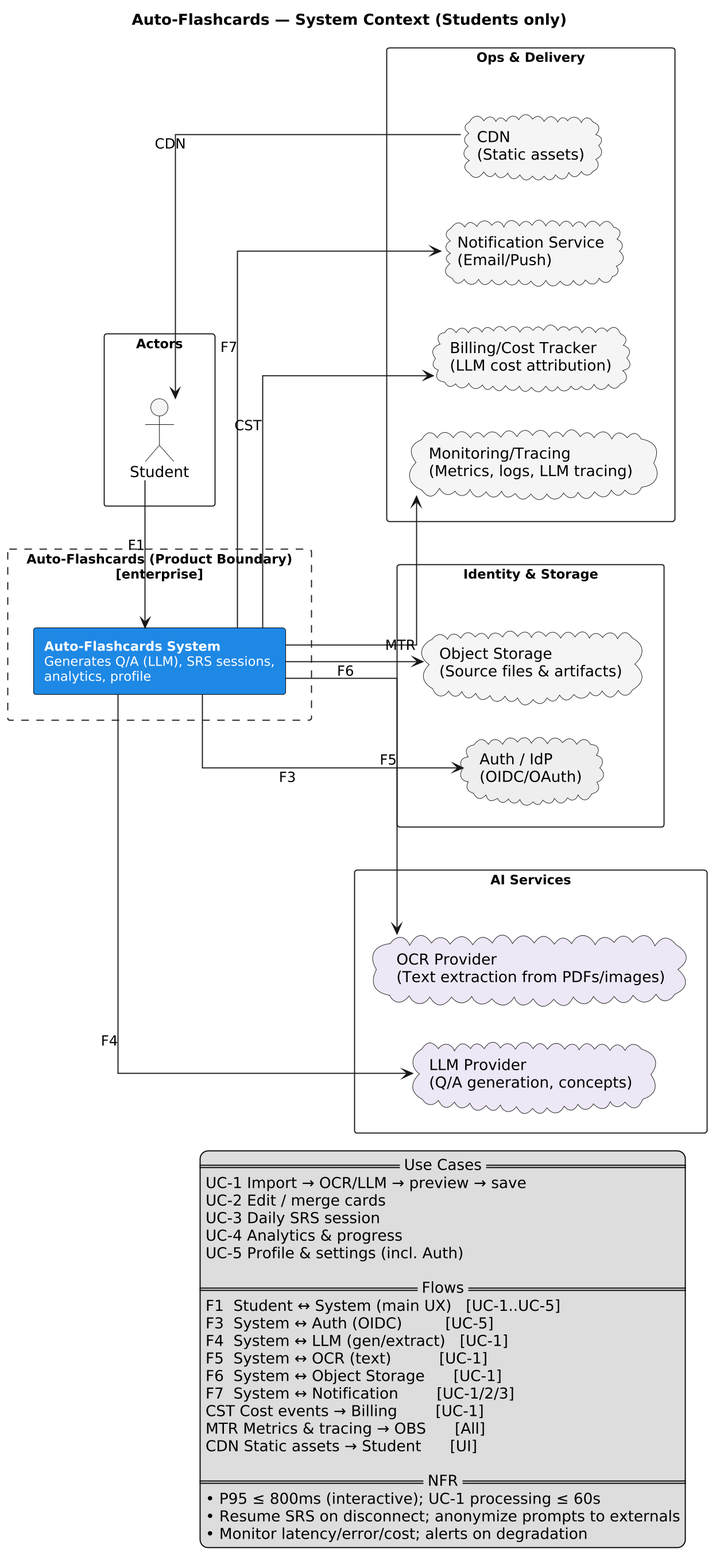
This is docs/architecture/img/context.png from vstu-sii/bachelor-2025-team-codex, a PlantUML export, as it was before one commit. The source it was exported from:
```plantuml
@startuml
skinparam shadowing false
skinparam linetype ortho
skinparam ArrowThickness 1
skinparam dpi 180
skinparam rectangleFontSize 12
skinparam rectangleStereotypeFontSize 11
skinparam packageStyle rectangle
title Auto-Flashcards — System Context (Students only)

left to right direction
rectangle "Actors" as ACTORS #FFFFFF {
  actor "Student" as STUDENT
}

rectangle "<b>Auto-Flashcards (Product Boundary)</b>\n[enterprise]" as PROD #FFFFFF;line.dashed {
  rectangle "<b>Auto-Flashcards System</b>\nGenerates Q/A (LLM), SRS sessions,\nanalytics, profile" as AF #1E88E5;line:black;text:white
}

package "Identity & Storage" as ID_STORE {
  cloud "Auth / IdP\n(OIDC/OAuth)" as AUTH #EEEEEE
  cloud "Object Storage\n(Source files & artifacts)" as STORE #F5F5F5
}
package "AI Services" as AI_SVCS {
  cloud "LLM Provider\n(Q/A generation, concepts)" as LLM #EDE7F6
  cloud "OCR Provider\n(Text extraction from PDFs/images)" as OCR #EDE7F6
}
package "Ops & Delivery" as OPS {
  cloud "Notification Service\n(Email/Push)" as NOTIFY #F5F5F5
  cloud "Monitoring/Tracing\n(Metrics, logs, LLM tracing)" as OBS #F5F5F5
  cloud "Billing/Cost Tracker\n(LLM cost attribution)" as BILL #F5F5F5
  cloud "CDN\n(Static assets)" as CDN #F5F5F5
}

ACTORS  -[hidden]> PROD
PROD    -[hidden]> ID_STORE
ID_STORE -[hidden]> AI_SVCS
AI_SVCS -[hidden]> OPS
AUTH    -[hidden]> STORE
LLM     -[hidden]> OCR
NOTIFY  -[hidden]> OBS
OBS     -[hidden]> BILL
BILL    -[hidden]> CDN

STUDENT --> AF    : F1
AF --> AUTH       : F3
AF --> LLM        : F4
AF --> OCR        : F5
AF --> STORE      : F6
AF --> NOTIFY     : F7
AF --> OBS        : MTR
AF --> BILL       : CST
CDN --> STUDENT   : CDN

legend right
== Use Cases ==
UC-1 Import → OCR/LLM → preview → save
UC-2 Edit / merge cards
UC-3 Daily SRS session
UC-4 Analytics & progress
UC-5 Profile & settings (incl. Auth)

== Flows ==
F1  Student ↔ System (main UX)   [UC-1..UC-5]
F3  System ↔ Auth (OIDC)         [UC-5]
F4  System ↔ LLM (gen/extract)   [UC-1]
F5  System ↔ OCR (text)          [UC-1]
F6  System ↔ Object Storage      [UC-1]
F7  System ↔ Notification        [UC-1/2/3]
CST Cost events → Billing        [UC-1]
MTR Metrics & tracing → OBS      [All]
CDN Static assets → Student      [UI]

== NFR ==
• P95 ≤ 800ms (interactive); UC-1 processing ≤ 60s
• Resume SRS on disconnect; anonymize prompts to externals
• Monitor latency/error/cost; alerts on degradation
endlegend
@enduml
```
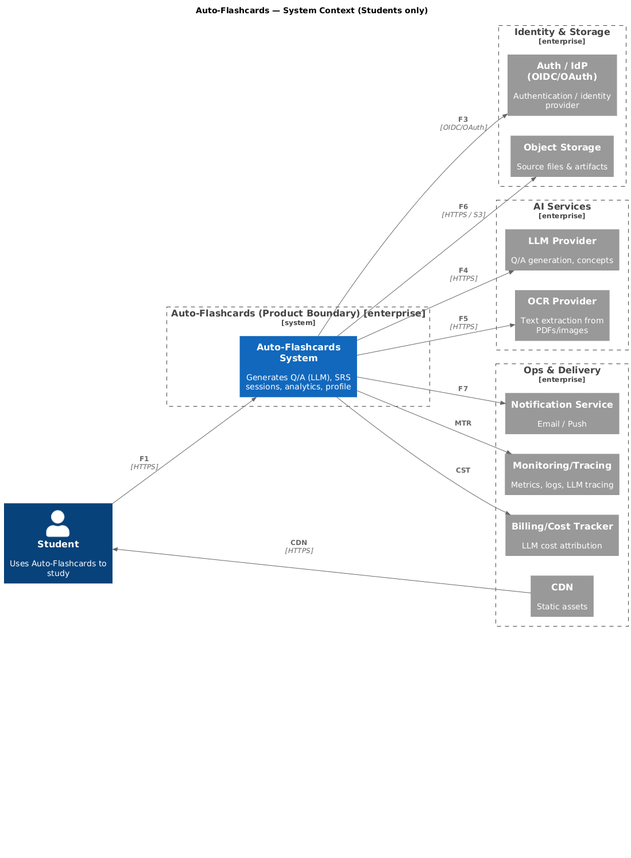
Later version of the same file.

Commit message:
Create a C4 diagram in simplified notation without choosing a day to study the card

The edit, as a diff of the source:
```diff
@@ -1,56 +1,43 @@
 @startuml
-skinparam shadowing false
-skinparam linetype ortho
-skinparam ArrowThickness 1
-skinparam dpi 180
-skinparam rectangleFontSize 12
-skinparam rectangleStereotypeFontSize 11
-skinparam packageStyle rectangle
+!include https://raw.githubusercontent.com/plantuml-stdlib/C4-PlantUML/master/C4_Context.puml
+
+LAYOUT_LEFT_RIGHT()
+HIDE_STEREOTYPE()
+
 title Auto-Flashcards — System Context (Students only)
 
-left to right direction
-rectangle "Actors" as ACTORS #FFFFFF {
-  actor "Student" as STUDENT
+Person(STUDENT, "Student", "Uses Auto-Flashcards to study")
+
+System_Boundary(PROD, "Auto-Flashcards (Product Boundary) [enterprise]") {
+  System(AF, "Auto-Flashcards System", "Generates Q/A (LLM), SRS sessions, analytics, profile")
 }
 
-rectangle "<b>Auto-Flashcards (Product Boundary)</b>\n[enterprise]" as PROD #FFFFFF;line.dashed {
-  rectangle "<b>Auto-Flashcards System</b>\nGenerates Q/A (LLM), SRS sessions,\nanalytics, profile" as AF #1E88E5;line:black;text:white
+Enterprise_Boundary(ID_STORE, "Identity & Storage") {
+  System_Ext(AUTH, "Auth / IdP (OIDC/OAuth)", "Authentication / identity provider")
+  System_Ext(STORE, "Object Storage", "Source files & artifacts")
 }
 
-package "Identity & Storage" as ID_STORE {
-  cloud "Auth / IdP\n(OIDC/OAuth)" as AUTH #EEEEEE
-  cloud "Object Storage\n(Source files & artifacts)" as STORE #F5F5F5
-}
-package "AI Services" as AI_SVCS {
-  cloud "LLM Provider\n(Q/A generation, concepts)" as LLM #EDE7F6
-  cloud "OCR Provider\n(Text extraction from PDFs/images)" as OCR #EDE7F6
-}
-package "Ops & Delivery" as OPS {
-  cloud "Notification Service\n(Email/Push)" as NOTIFY #F5F5F5
-  cloud "Monitoring/Tracing\n(Metrics, logs, LLM tracing)" as OBS #F5F5F5
-  cloud "Billing/Cost Tracker\n(LLM cost attribution)" as BILL #F5F5F5
-  cloud "CDN\n(Static assets)" as CDN #F5F5F5
+Enterprise_Boundary(AI_SVCS, "AI Services") {
+  System_Ext(LLM, "LLM Provider", "Q/A generation, concepts")
+  System_Ext(OCR, "OCR Provider", "Text extraction from PDFs/images")
 }
 
-ACTORS  -[hidden]> PROD
-PROD    -[hidden]> ID_STORE
-ID_STORE -[hidden]> AI_SVCS
-AI_SVCS -[hidden]> OPS
-AUTH    -[hidden]> STORE
-LLM     -[hidden]> OCR
-NOTIFY  -[hidden]> OBS
-OBS     -[hidden]> BILL
-BILL    -[hidden]> CDN
+Enterprise_Boundary(OPS, "Ops & Delivery") {
+  System_Ext(NOTIFY, "Notification Service", "Email / Push")
+  System_Ext(OBS, "Monitoring/Tracing", "Metrics, logs, LLM tracing")
+  System_Ext(BILL, "Billing/Cost Tracker", "LLM cost attribution")
+  System_Ext(CDN, "CDN", "Static assets")
+}
 
-STUDENT --> AF    : F1
-AF --> AUTH       : F3
-AF --> LLM        : F4
-AF --> OCR        : F5
-AF --> STORE      : F6
-AF --> NOTIFY     : F7
-AF --> OBS        : MTR
-AF --> BILL       : CST
-CDN --> STUDENT   : CDN
+Rel(STUDENT, AF, "F1", "HTTPS")
+Rel(AF, AUTH, "F3", "OIDC/OAuth")
+Rel(AF, LLM, "F4", "HTTPS")
+Rel(AF, OCR, "F5", "HTTPS")
+Rel(AF, STORE, "F6", "HTTPS / S3")
+Rel(AF, NOTIFY, "F7")
+Rel(AF, OBS, "MTR")
+Rel(AF, BILL, "CST")
+Rel(CDN, STUDENT, "CDN", "HTTPS")
 
 legend right
 == Use Cases ==
```
